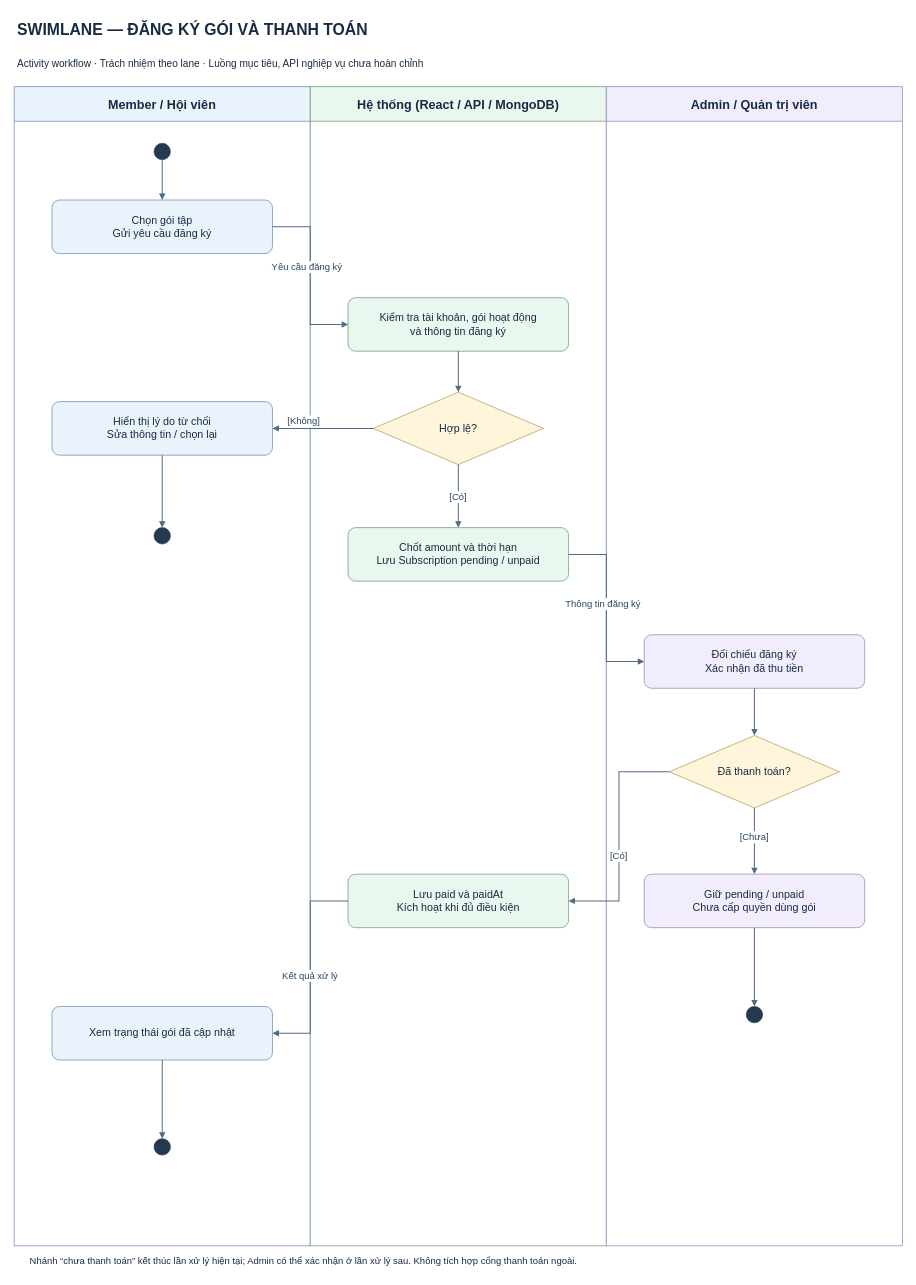
Above: docs/diagram/workflow-subscription.drawio in Huy-Haru/ProjectSDN (draw.io), before the change. Source tidied: cells renumbered, new cells numbered last; positions are measured from the earlier drawing's top-left corner, leaving out a move shared by most shapes. Both pictures are drawn from the tidied source at 63%, with x=0, y=0 at pixel (11, 11).
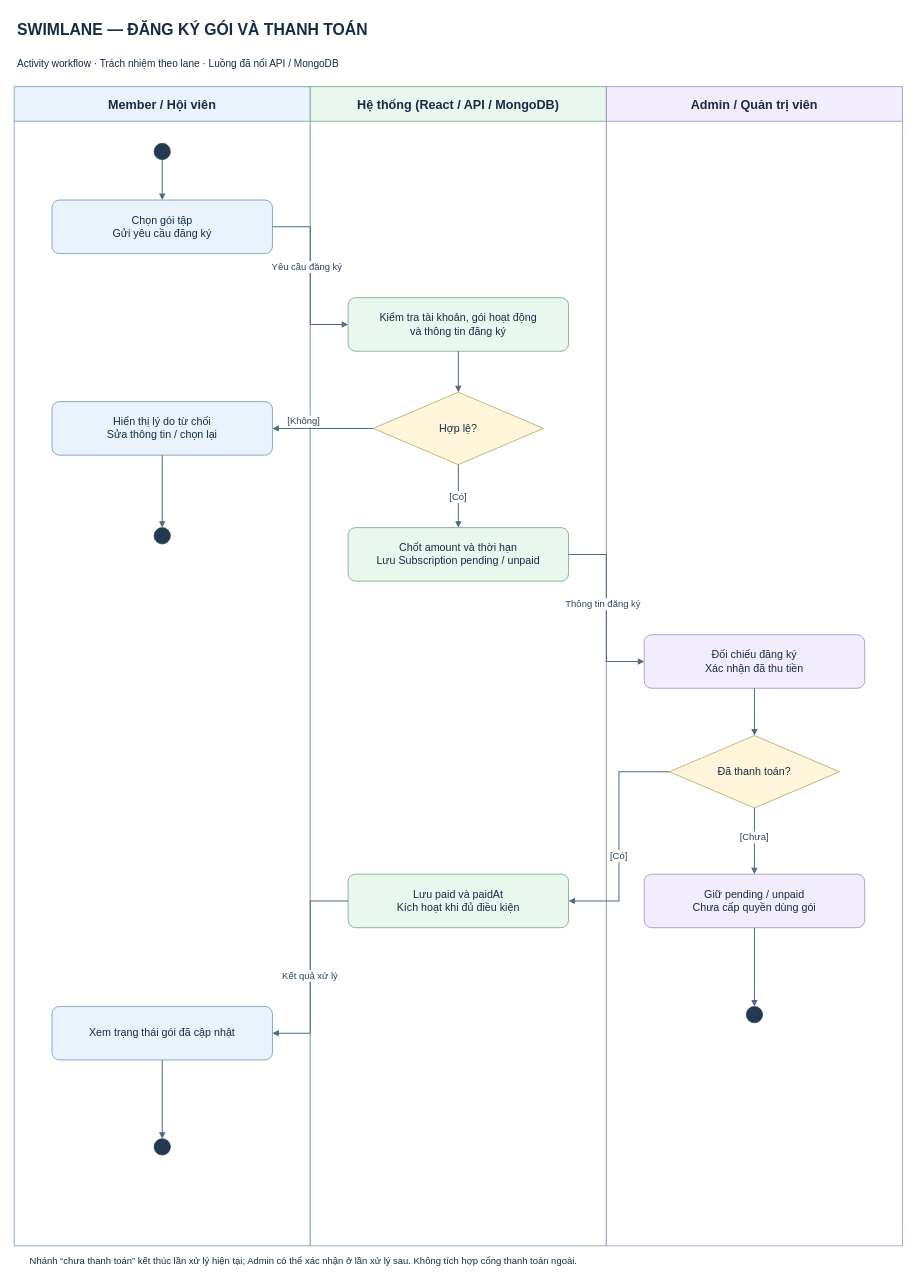
After the change.

The edit, as a diff of the source:
```diff
@@
-    <mxCell id="3" value="Activity workflow · Trách nhiệm theo lane · Luồng mục tiêu, API nghiệp vụ chưa hoàn chỉnh" style="html=0;whiteSpace=wrap;fontFamily=Arial;fontSize=16;fontColor=#172b43;strokeColor=#5479aa;fillColor=#eaf2fc;spacing=10;text;fillColor=none;strokeColor=none;align=left;verticalAlign=top;" parent="1" vertex="1">
+    <mxCell id="3" value="Activity workflow · Trách nhiệm theo lane · Luồng đã nối API / MongoDB" style="html=0;whiteSpace=wrap;fontFamily=Arial;fontSize=16;fontColor=#172b43;strokeColor=#5479aa;fillColor=#eaf2fc;spacing=10;text;fillColor=none;strokeColor=none;align=left;verticalAlign=top;" parent="1" vertex="1">
       <mxGeometry y="60" width="1420" height="45" as="geometry" />
     </mxCell>
```
